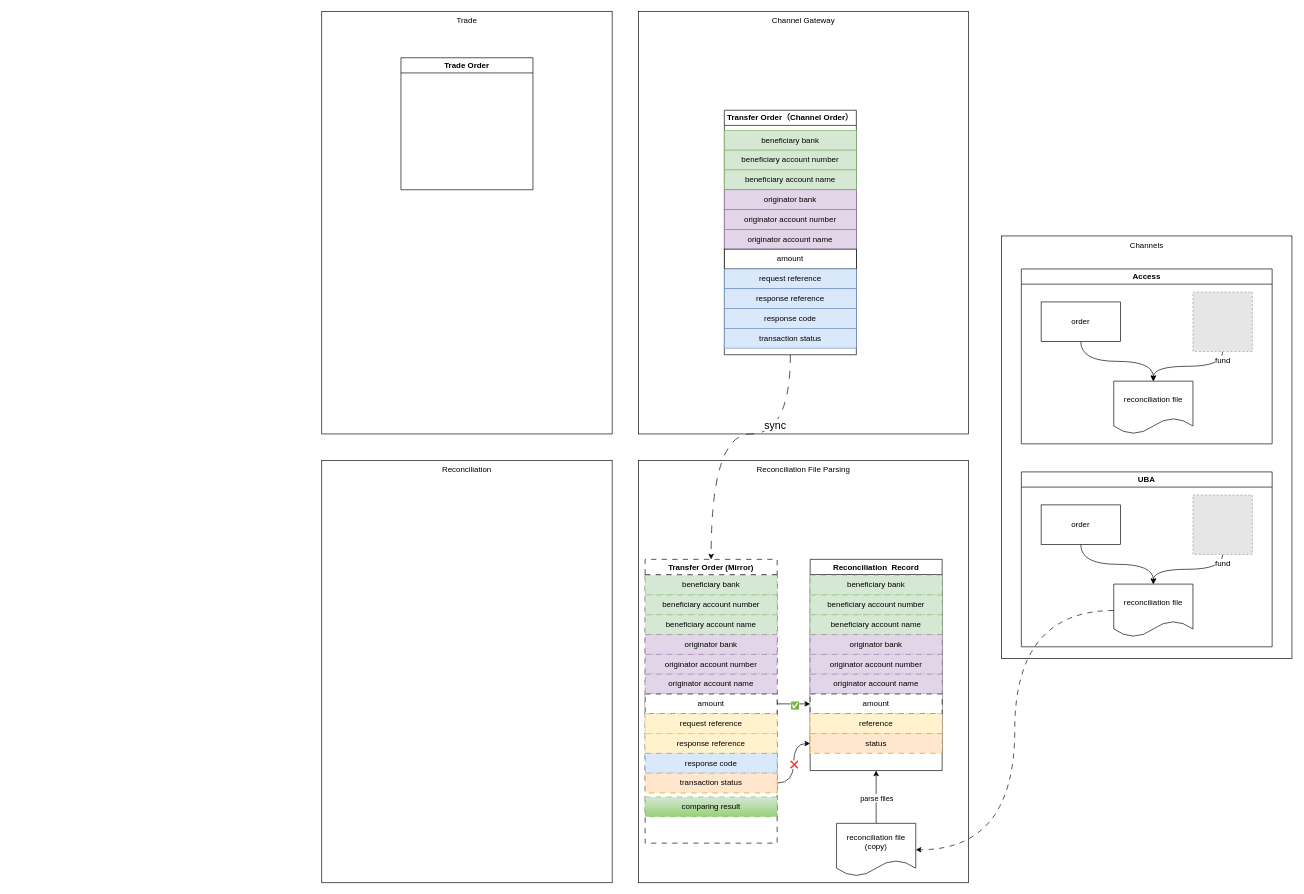
Above: reconciliation solution.drawio in catface996/images (draw.io), before the change. Source tidied: cells renumbered, new cells numbered last; positions are measured from the earlier drawing's top-left corner, leaving out a move shared by most shapes. Both pictures are drawn from the tidied source at 66%, with x=0, y=0 at pixel (321, 11). Pictures stored in the file or linked from it are replaced by grey dashed boxes.
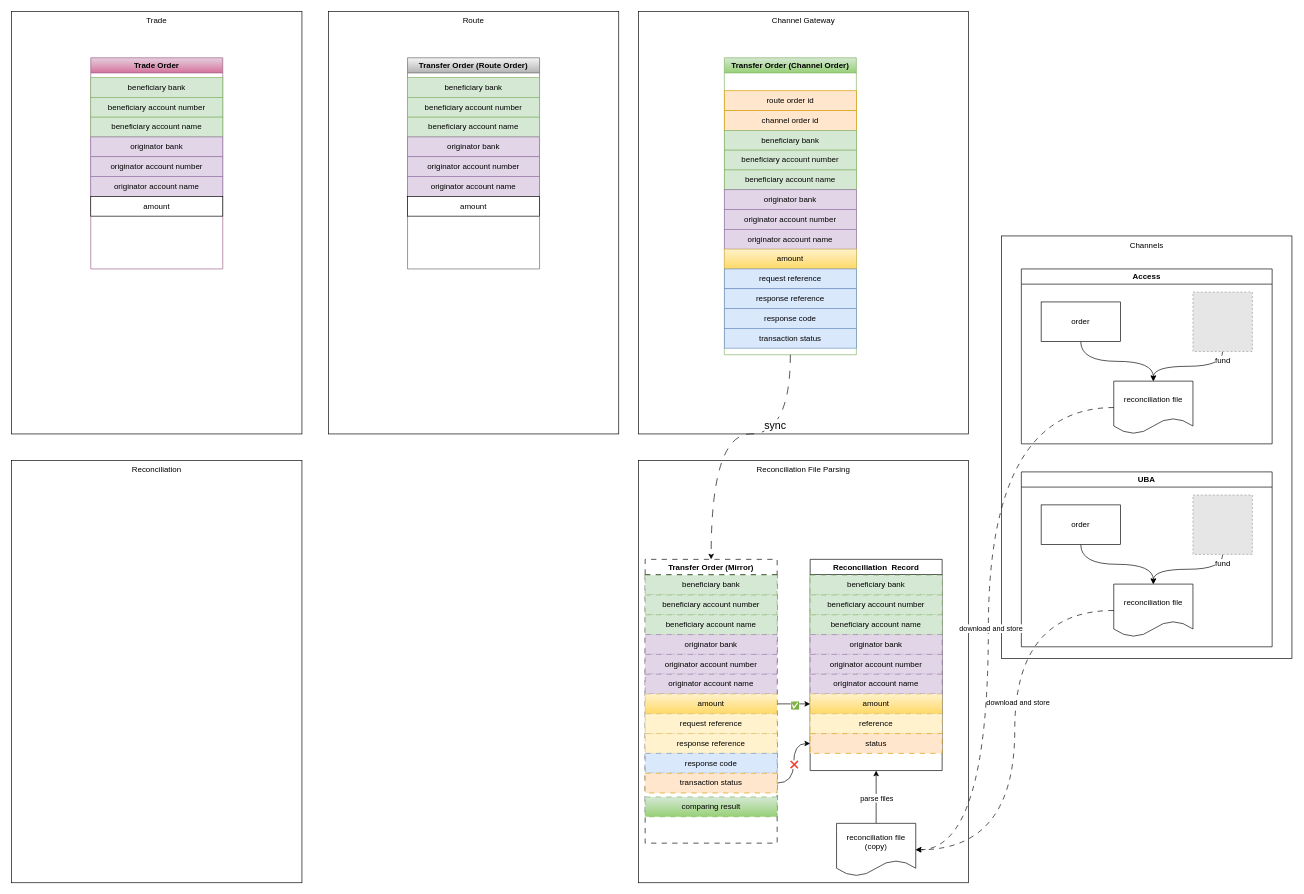
The same diagram, later.

Unchanged cells that the change refers to:
```xml
<mxCell id="9" value="reconciliation file" style="shape=document;whiteSpace=wrap;html=1;boundedLbl=1;" parent="8" vertex="1">
  <mxGeometry x="140" y="170" width="120" height="80" as="geometry" />
</mxCell>
<mxCell id="26" value="reconciliation file (copy)" style="shape=document;whiteSpace=wrap;html=1;boundedLbl=1;" parent="1" vertex="1">
  <mxGeometry x="780" y="1230" width="120" height="80" as="geometry" />
</mxCell>
<mxCell id="27" style="edgeStyle=orthogonalEdgeStyle;rounded=0;jettySize=auto;html=1;entryX=1;entryY=0.5;entryDx=0;entryDy=0;curved=1;dashed=1;dashPattern=8 8;" parent="1" edge="1" source="15" target="26">
  <mxGeometry relative="1" as="geometry" />
</mxCell>
```

The edit, as a diff of the source:
```diff
@@
     <mxCell id="2" value="Trade" style="rounded=0;whiteSpace=wrap;html=1;align=center;verticalAlign=top;" parent="1" vertex="1">
-      <mxGeometry width="440" height="640" as="geometry" />
+      <mxGeometry x="-470" width="440" height="640" as="geometry" />
     </mxCell>
@@
     <mxCell id="6" value="Reconciliation" style="rounded=0;whiteSpace=wrap;html=1;align=center;verticalAlign=top;" parent="1" vertex="1">
-      <mxGeometry y="680" width="440" height="640" as="geometry" />
+      <mxGeometry x="-470" y="680" width="440" height="640" as="geometry" />
     </mxCell>
-    <mxCell id="7" value="Transfer Order（Channel Order）" style="swimlane;whiteSpace=wrap;html=1;" parent="1" vertex="1">
-      <mxGeometry x="610" y="149.5" width="200" height="370.5" as="geometry" />
+    <mxCell id="7" value="Transfer Order (Channel Order)" style="swimlane;whiteSpace=wrap;html=1;fillColor=#d5e8d4;gradientColor=#97d077;strokeColor=#82b366;" parent="1" vertex="1">
+      <mxGeometry x="610" y="70" width="200" height="450" as="geometry" />
     </mxCell>
+    <mxCell id="65" value="channel order id" style="rounded=0;whiteSpace=wrap;html=1;fillColor=#ffe6cc;strokeColor=#d79b00;" parent="7" vertex="1">
+      <mxGeometry y="80" width="200" height="30" as="geometry" />
+    </mxCell>
@@
+    <mxCell id="66" value="download and store" style="edgeLabel;html=1;align=center;verticalAlign=middle;" parent="27" vertex="1">
+      <mxGeometry x="-0.13" y="4" relative="1" as="geometry">
+        <mxPoint y="1" as="offset" />
+      </mxGeometry>
+    </mxCell>
@@
-    <mxCell id="36" value="amount" style="rounded=0;whiteSpace=wrap;html=1;dashed=1;dashPattern=8 8;" parent="1" vertex="1">
+    <mxCell id="36" value="amount" style="rounded=0;whiteSpace=wrap;html=1;dashed=1;dashPattern=8 8;fillColor=#fff2cc;gradientColor=#ffd966;strokeColor=#d6b656;" parent="1" vertex="1">
       <mxGeometry x="490" y="1034" width="200" height="30" as="geometry" />
     </mxCell>
@@
-    <mxCell id="46" value="amount" style="rounded=0;whiteSpace=wrap;html=1;" parent="1" vertex="1">
+    <mxCell id="46" value="amount" style="rounded=0;whiteSpace=wrap;html=1;fillColor=#fff2cc;gradientColor=#ffd966;strokeColor=#d6b656;" parent="1" vertex="1">
       <mxGeometry x="610" y="360" width="200" height="30" as="geometry" />
     </mxCell>
@@
-    <mxCell id="60" value="amount" style="rounded=0;whiteSpace=wrap;html=1;dashed=1;dashPattern=8 8;" parent="1" vertex="1">
+    <mxCell id="60" value="amount" style="rounded=0;whiteSpace=wrap;html=1;dashed=1;dashPattern=8 8;fillColor=#fff2cc;gradientColor=#ffd966;strokeColor=#d6b656;" parent="1" vertex="1">
       <mxGeometry x="740" y="1034" width="200" height="30" as="geometry" />
     </mxCell>
@@
-    <mxCell id="64" value="Trade Order" style="swimlane;whiteSpace=wrap;html=1;" parent="1" vertex="1">
-      <mxGeometry x="120" y="70" width="200" height="200" as="geometry" />
+    <mxCell id="64" value="Trade Order" style="swimlane;whiteSpace=wrap;html=1;fillColor=#e6d0de;gradientColor=#d5739d;strokeColor=#996185;" parent="1" vertex="1">
+      <mxGeometry x="-350" y="70" width="200" height="320" as="geometry" />
     </mxCell>
+    <mxCell id="67" style="edgeStyle=orthogonalEdgeStyle;rounded=0;jettySize=auto;html=1;entryX=1;entryY=0.5;entryDx=0;entryDy=0;curved=1;dashed=1;dashPattern=8 8;" parent="1" edge="1" source="9" target="26">
+      <mxGeometry relative="1" as="geometry">
+        <Array as="points">
+          <mxPoint x="1010" y="600" />
+          <mxPoint x="1010" y="1270" />
+        </Array>
+      </mxGeometry>
+    </mxCell>
+    <mxCell id="68" value="download and store" style="edgeLabel;html=1;align=center;verticalAlign=middle;" parent="67" vertex="1">
+      <mxGeometry x="0.08" y="3" relative="1" as="geometry" />
+    </mxCell>
+    <mxCell id="69" value="beneficiary bank" style="rounded=0;whiteSpace=wrap;html=1;fillColor=#d5e8d4;strokeColor=#82b366;" parent="1" vertex="1">
+      <mxGeometry x="-350" y="100" width="200" height="30" as="geometry" />
+    </mxCell>
+    <mxCell id="70" value="beneficiary account number" style="rounded=0;whiteSpace=wrap;html=1;fillColor=#d5e8d4;strokeColor=#82b366;" parent="1" vertex="1">
+      <mxGeometry x="-350" y="130" width="200" height="30" as="geometry" />
+    </mxCell>
+    <mxCell id="71" value="beneficiary account name" style="rounded=0;whiteSpace=wrap;html=1;fillColor=#d5e8d4;strokeColor=#82b366;" parent="1" vertex="1">
+      <mxGeometry x="-350" y="160" width="200" height="30" as="geometry" />
+    </mxCell>
+    <mxCell id="72" value="originator bank" style="rounded=0;whiteSpace=wrap;html=1;fillColor=#e1d5e7;strokeColor=#9673a6;" parent="1" vertex="1">
+      <mxGeometry x="-350" y="190" width="200" height="30" as="geometry" />
+    </mxCell>
+    <mxCell id="73" value="originator account number" style="rounded=0;whiteSpace=wrap;html=1;fillColor=#e1d5e7;strokeColor=#9673a6;" parent="1" vertex="1">
+      <mxGeometry x="-350" y="220" width="200" height="30" as="geometry" />
+    </mxCell>
+    <mxCell id="74" value="originator account name" style="rounded=0;whiteSpace=wrap;html=1;fillColor=#e1d5e7;strokeColor=#9673a6;" parent="1" vertex="1">
+      <mxGeometry x="-350" y="250" width="200" height="30" as="geometry" />
+    </mxCell>
+    <mxCell id="75" value="amount" style="rounded=0;whiteSpace=wrap;html=1;" parent="1" vertex="1">
+      <mxGeometry x="-350" y="280" width="200" height="30" as="geometry" />
+    </mxCell>
+    <mxCell id="76" value="route order id" style="rounded=0;whiteSpace=wrap;html=1;fillColor=#ffe6cc;strokeColor=#d79b00;" parent="1" vertex="1">
+      <mxGeometry x="610" y="120" width="200" height="30" as="geometry" />
+    </mxCell>
+    <mxCell id="77" value="Route" style="rounded=0;whiteSpace=wrap;html=1;align=center;verticalAlign=top;" parent="1" vertex="1">
+      <mxGeometry x="10" width="440" height="640" as="geometry" />
+    </mxCell>
+    <mxCell id="78" value="Transfer Order (Route Order)" style="swimlane;whiteSpace=wrap;html=1;fillColor=#f5f5f5;gradientColor=#b3b3b3;strokeColor=#666666;" parent="1" vertex="1">
+      <mxGeometry x="130" y="70" width="200" height="320" as="geometry" />
+    </mxCell>
+    <mxCell id="79" value="beneficiary bank" style="rounded=0;whiteSpace=wrap;html=1;fillColor=#d5e8d4;strokeColor=#82b366;" parent="1" vertex="1">
+      <mxGeometry x="130" y="100" width="200" height="30" as="geometry" />
+    </mxCell>
+    <mxCell id="80" value="beneficiary account number" style="rounded=0;whiteSpace=wrap;html=1;fillColor=#d5e8d4;strokeColor=#82b366;" parent="1" vertex="1">
+      <mxGeometry x="130" y="130" width="200" height="30" as="geometry" />
+    </mxCell>
+    <mxCell id="81" value="beneficiary account name" style="rounded=0;whiteSpace=wrap;html=1;fillColor=#d5e8d4;strokeColor=#82b366;" parent="1" vertex="1">
+      <mxGeometry x="130" y="160" width="200" height="30" as="geometry" />
+    </mxCell>
+    <mxCell id="82" value="originator bank" style="rounded=0;whiteSpace=wrap;html=1;fillColor=#e1d5e7;strokeColor=#9673a6;" parent="1" vertex="1">
+      <mxGeometry x="130" y="190" width="200" height="30" as="geometry" />
+    </mxCell>
+    <mxCell id="83" value="originator account number" style="rounded=0;whiteSpace=wrap;html=1;fillColor=#e1d5e7;strokeColor=#9673a6;" parent="1" vertex="1">
+      <mxGeometry x="130" y="220" width="200" height="30" as="geometry" />
+    </mxCell>
+    <mxCell id="84" value="originator account name" style="rounded=0;whiteSpace=wrap;html=1;fillColor=#e1d5e7;strokeColor=#9673a6;" parent="1" vertex="1">
+      <mxGeometry x="130" y="250" width="200" height="30" as="geometry" />
+    </mxCell>
+    <mxCell id="85" value="amount" style="rounded=0;whiteSpace=wrap;html=1;" parent="1" vertex="1">
+      <mxGeometry x="130" y="280" width="200" height="30" as="geometry" />
+    </mxCell>
```
